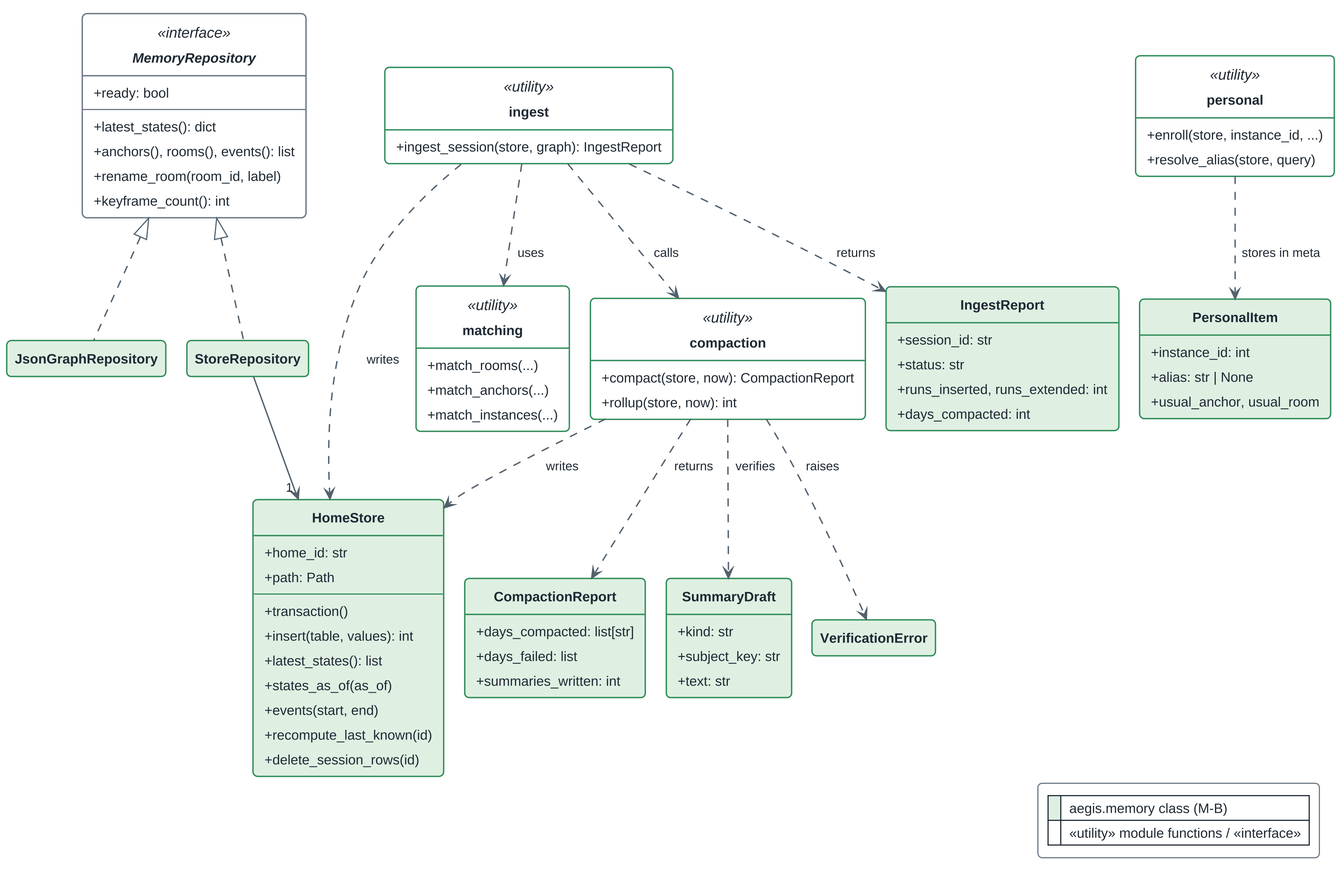
Before: fyp1FinalReport/ThesisFigs/ch7-class-memory-store.png, a diagram exported from PlantUML (fez-Ox/aegis). Source of this version:
```plantuml
@startuml ch7-class-memory-store
!include _aegis_style.iuml
!include _aegis_class.iuml
skinparam class<<utility>> {
  BackgroundColor #FFFFFF
  BorderColor $MB_BORDER
}

  interface MemoryRepository <<interface>> {
    +ready: bool
    --
    +latest_states(): dict
    +anchors(), rooms(), events(): list
    +rename_room(room_id, label)
    +keyframe_count(): int
  }
  class JsonGraphRepository <<memory>>
  class StoreRepository <<memory>>
  class HomeStore <<memory>> {
    +home_id: str
    +path: Path
    --
    +transaction()
    +insert(table, values): int
    +latest_states(): list
    +states_as_of(as_of)
    +events(start, end)
    +recompute_last_known(id)
    +delete_session_rows(id)
  }
  class "ingest" as ingest <<utility>> {
    +ingest_session(store, graph): IngestReport
  }
  class "matching" as matching <<utility>> {
    +match_rooms(...)
    +match_anchors(...)
    +match_instances(...)
  }
  class "compaction" as compaction <<utility>> {
    +compact(store, now): CompactionReport
    +rollup(store, now): int
  }
  class "personal" as personal <<utility>> {
    +enroll(store, instance_id, ...)
    +resolve_alias(store, query)
  }
  class IngestReport <<memory>> {
    +session_id: str
    +status: str
    +runs_inserted, runs_extended: int
    +days_compacted: int
  }
  class CompactionReport <<memory>> {
    +days_compacted: list[str]
    +days_failed: list
    +summaries_written: int
  }
  class SummaryDraft <<memory>> {
    +kind: str
    +subject_key: str
    +text: str
  }
  class VerificationError <<memory>>
  class PersonalItem <<memory>> {
    +instance_id: int
    +alias: str | None
    +usual_anchor, usual_room
  }

MemoryRepository <|.. JsonGraphRepository
MemoryRepository <|.. StoreRepository
StoreRepository --> "1" HomeStore
ingest ..> HomeStore : writes
ingest ..> matching : uses
ingest ..> IngestReport : returns
ingest ..> compaction : calls
compaction ..> HomeStore : writes
compaction ..> SummaryDraft : verifies
compaction ..> VerificationError : raises
compaction ..> CompactionReport : returns
personal ..> PersonalItem : stores in meta

legend bottom right
  |<#DFF0E3> | aegis.memory class (M-B) |
  |<#FFFFFF> | «utility» module functions / «interface» |
endlegend
@enduml
```
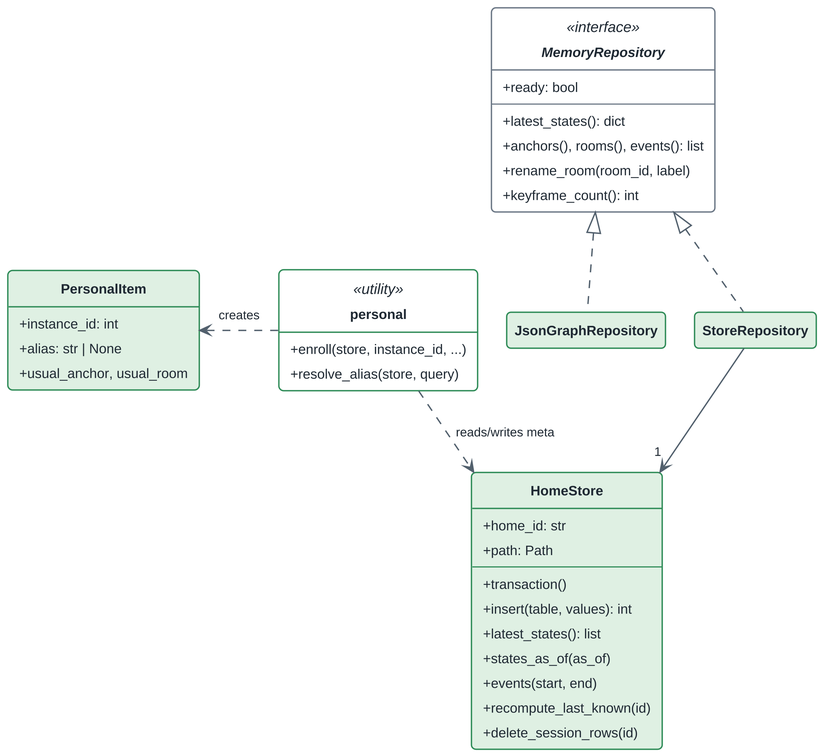
Above is the later version.

Diff of the diagram source:
```diff
@@ -6,82 +6,42 @@
   BorderColor $MB_BORDER
 }
 
-  interface MemoryRepository <<interface>> {
-    +ready: bool
-    --
-    +latest_states(): dict
-    +anchors(), rooms(), events(): list
-    +rename_room(room_id, label)
-    +keyframe_count(): int
-  }
-  class JsonGraphRepository <<memory>>
-  class StoreRepository <<memory>>
-  class HomeStore <<memory>> {
-    +home_id: str
-    +path: Path
-    --
-    +transaction()
-    +insert(table, values): int
-    +latest_states(): list
-    +states_as_of(as_of)
-    +events(start, end)
-    +recompute_last_known(id)
-    +delete_session_rows(id)
-  }
-  class "ingest" as ingest <<utility>> {
-    +ingest_session(store, graph): IngestReport
-  }
-  class "matching" as matching <<utility>> {
-    +match_rooms(...)
-    +match_anchors(...)
-    +match_instances(...)
-  }
-  class "compaction" as compaction <<utility>> {
-    +compact(store, now): CompactionReport
-    +rollup(store, now): int
-  }
-  class "personal" as personal <<utility>> {
-    +enroll(store, instance_id, ...)
-    +resolve_alias(store, query)
-  }
-  class IngestReport <<memory>> {
-    +session_id: str
-    +status: str
-    +runs_inserted, runs_extended: int
-    +days_compacted: int
-  }
-  class CompactionReport <<memory>> {
-    +days_compacted: list[str]
-    +days_failed: list
-    +summaries_written: int
-  }
-  class SummaryDraft <<memory>> {
-    +kind: str
-    +subject_key: str
-    +text: str
-  }
-  class VerificationError <<memory>>
-  class PersonalItem <<memory>> {
-    +instance_id: int
-    +alias: str | None
-    +usual_anchor, usual_room
-  }
+interface MemoryRepository <<interface>> {
+  +ready: bool
+  --
+  +latest_states(): dict
+  +anchors(), rooms(), events(): list
+  +rename_room(room_id, label)
+  +keyframe_count(): int
+}
+class JsonGraphRepository <<memory>>
+class StoreRepository <<memory>>
+class HomeStore <<memory>> {
+  +home_id: str
+  +path: Path
+  --
+  +transaction()
+  +insert(table, values): int
+  +latest_states(): list
+  +states_as_of(as_of)
+  +events(start, end)
+  +recompute_last_known(id)
+  +delete_session_rows(id)
+}
+class "personal" as personal <<utility>> {
+  +enroll(store, instance_id, ...)
+  +resolve_alias(store, query)
+}
+class PersonalItem <<memory>> {
+  +instance_id: int
+  +alias: str | None
+  +usual_anchor, usual_room
+}
 
 MemoryRepository <|.. JsonGraphRepository
 MemoryRepository <|.. StoreRepository
 StoreRepository --> "1" HomeStore
-ingest ..> HomeStore : writes
-ingest ..> matching : uses
-ingest ..> IngestReport : returns
-ingest ..> compaction : calls
-compaction ..> HomeStore : writes
-compaction ..> SummaryDraft : verifies
-compaction ..> VerificationError : raises
-compaction ..> CompactionReport : returns
-personal ..> PersonalItem : stores in meta
+personal ..> HomeStore : reads/writes meta
+PersonalItem <.right. personal : creates
 
-legend bottom right
-  |<#DFF0E3> | aegis.memory class (M-B) |
-  |<#FFFFFF> | «utility» module functions / «interface» |
-endlegend
 @enduml
```
